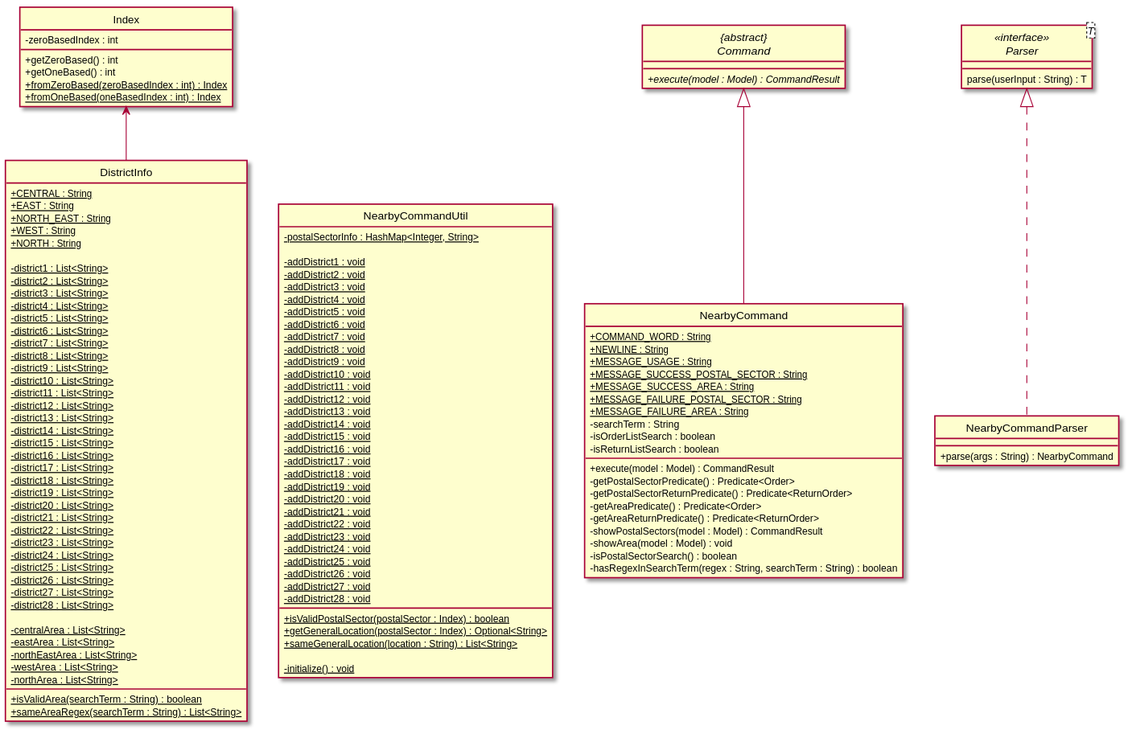
Above: docs/images/NearbyClassDiagram.svg in nus-cs2103-AY1920S2/addressbook-level3 (PlantUML), before the change. Source of this version:
```plantuml
@startuml
skinparam backgroundColor #ffffff
skinparam classAttributeIconSize 0
hide circle

class DistrictInfo {
    + {static} CENTRAL : String
    + {static} EAST : String
    + {static} NORTH_EAST : String
    + {static} WEST : String
    + {static} NORTH : String

    - {static} district1 : List<String>
    - {static} district2 : List<String>
    - {static} district3 : List<String>
    - {static} district4 : List<String>
    - {static} district5 : List<String>
    - {static} district6 : List<String>
    - {static} district7 : List<String>
    - {static} district8 : List<String>
    - {static} district9 : List<String>
    - {static} district10 : List<String>
    - {static} district11 : List<String>
    - {static} district12 : List<String>
    - {static} district13 : List<String>
    - {static} district14 : List<String>
    - {static} district15 : List<String>
    - {static} district16 : List<String>
    - {static} district17 : List<String>
    - {static} district18 : List<String>
    - {static} district19 : List<String>
    - {static} district20 : List<String>
    - {static} district21 : List<String>
    - {static} district22 : List<String>
    - {static} district23 : List<String>
    - {static} district24 : List<String>
    - {static} district25 : List<String>
    - {static} district26 : List<String>
    - {static} district27 : List<String>
    - {static} district28 : List<String>

    - {static} centralArea : List<String>
    - {static} eastArea : List<String>
    - {static} northEastArea : List<String>
    - {static} westArea : List<String>
    - {static} northArea : List<String>

    + {static} isValidArea(searchTerm : String) : boolean
    + {static} sameAreaRegex(searchTerm : String) : List<String>
}

class NearbyCommandUtil {
    - {static} postalSectorInfo : HashMap<Integer, String>
    + {static} isValidPostalSector(postalSector : Index) : boolean
    + {static} getGeneralLocation(postalSector : Index) : Optional<String>
    + {static} sameGeneralLocation(location : String) : List<String>

    - {static} initialize() : void
    - {static} addDistrict1 : void
    - {static} addDistrict2 : void
    - {static} addDistrict3 : void
    - {static} addDistrict4 : void
    - {static} addDistrict5 : void
    - {static} addDistrict6 : void
    - {static} addDistrict7 : void
    - {static} addDistrict8 : void
    - {static} addDistrict9 : void
    - {static} addDistrict10 : void
    - {static} addDistrict11 : void
    - {static} addDistrict12 : void
    - {static} addDistrict13 : void
    - {static} addDistrict14 : void
    - {static} addDistrict15 : void
    - {static} addDistrict16 : void
    - {static} addDistrict17 : void
    - {static} addDistrict18 : void
    - {static} addDistrict19 : void
    - {static} addDistrict20 : void
    - {static} addDistrict21 : void
    - {static} addDistrict22 : void
    - {static} addDistrict23 : void
    - {static} addDistrict24 : void
    - {static} addDistrict25 : void
    - {static} addDistrict26 : void
    - {static} addDistrict27 : void
    - {static} addDistrict28 : void
}

class Index {
    - zeroBasedIndex : int
    + getZeroBased() : int
    + getOneBased() : int
    + {static} fromZeroBased(zeroBasedIndex : int) : Index
    + {static} fromOneBased(oneBasedIndex : int) : Index
}

class NearbyCommand {
    + {static} COMMAND_WORD : String
    + {static} NEWLINE : String
    + {static} MESSAGE_USAGE : String
    + {static} MESSAGE_SUCCESS_POSTAL_SECTOR : String
    + {static} MESSAGE_SUCCESS_AREA : String
    + {static} MESSAGE_FAILURE_POSTAL_SECTOR : String
    + {static} MESSAGE_FAILURE_AREA : String
    - searchTerm : String
    - isOrderListSearch : boolean
    - isReturnListSearch : boolean

    + execute(model : Model) : CommandResult
    - getPostalSectorPredicate() : Predicate<Order>
    - getPostalSectorReturnPredicate() : Predicate<ReturnOrder>
    - getAreaPredicate() : Predicate<Order>
    - getAreaReturnPredicate() : Predicate<ReturnOrder>
    - showPostalSectors(model : Model) : CommandResult
    - showArea(model : Model) : void
    - isPostalSectorSearch() : boolean
    - hasRegexInSearchTerm(regex : String, searchTerm : String) : boolean
}

abstract class "{abstract}\nCommand" {
    + {abstract} execute(model : Model) : CommandResult
}

NearbyCommand --up|> "{abstract}\nCommand"

class NearbyCommandParser implements Parser {
    + parse(args : String) : NearbyCommand
}

interface Parser<T> <<interface>> {
    parse(userInput : String) : T
}

DistrictInfo -up-> Index
DistrictInfo -[hidden] NearbyCommandUtil

@enduml
```
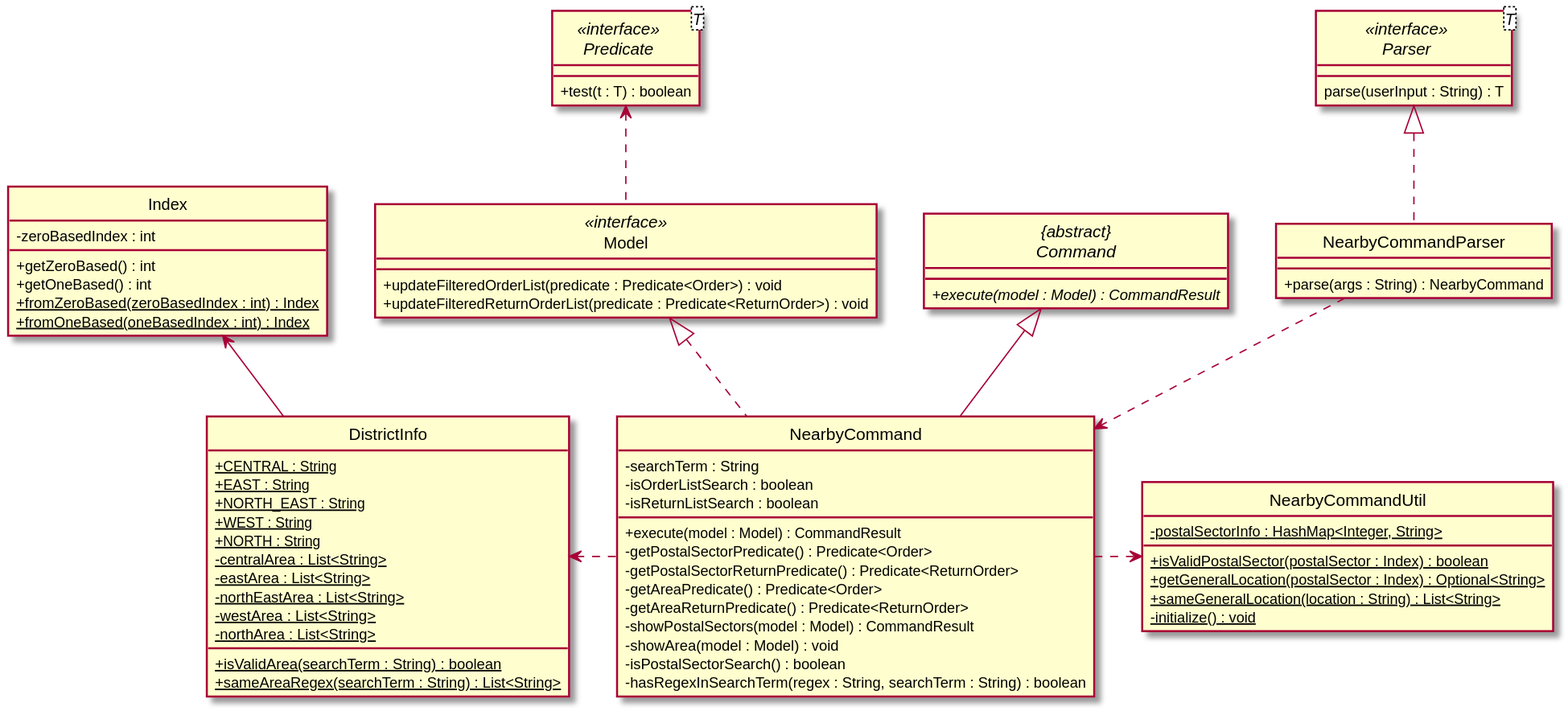
The same diagram one commit later.

Commit message:
Update Nearby Command Class and Sequence Diagrams

The edit, as a diff of the source:
```diff
@@ -9,36 +9,6 @@
     + {static} NORTH_EAST : String
     + {static} WEST : String
     + {static} NORTH : String
-
-    - {static} district1 : List<String>
-    - {static} district2 : List<String>
-    - {static} district3 : List<String>
-    - {static} district4 : List<String>
-    - {static} district5 : List<String>
-    - {static} district6 : List<String>
-    - {static} district7 : List<String>
-    - {static} district8 : List<String>
-    - {static} district9 : List<String>
-    - {static} district10 : List<String>
-    - {static} district11 : List<String>
-    - {static} district12 : List<String>
-    - {static} district13 : List<String>
-    - {static} district14 : List<String>
-    - {static} district15 : List<String>
-    - {static} district16 : List<String>
-    - {static} district17 : List<String>
-    - {static} district18 : List<String>
-    - {static} district19 : List<String>
-    - {static} district20 : List<String>
-    - {static} district21 : List<String>
-    - {static} district22 : List<String>
-    - {static} district23 : List<String>
-    - {static} district24 : List<String>
-    - {static} district25 : List<String>
-    - {static} district26 : List<String>
-    - {static} district27 : List<String>
-    - {static} district28 : List<String>
-
     - {static} centralArea : List<String>
     - {static} eastArea : List<String>
     - {static} northEastArea : List<String>
@@ -49,41 +19,18 @@
     + {static} sameAreaRegex(searchTerm : String) : List<String>
 }
 
+class Model<<interface>> {
+    + updateFilteredOrderList(predicate : Predicate<Order>) : void
+    + updateFilteredReturnOrderList(predicate : Predicate<ReturnOrder>) : void
+}
+Model ..up> Predicate
+
 class NearbyCommandUtil {
     - {static} postalSectorInfo : HashMap<Integer, String>
     + {static} isValidPostalSector(postalSector : Index) : boolean
     + {static} getGeneralLocation(postalSector : Index) : Optional<String>
     + {static} sameGeneralLocation(location : String) : List<String>
-
     - {static} initialize() : void
-    - {static} addDistrict1 : void
-    - {static} addDistrict2 : void
-    - {static} addDistrict3 : void
-    - {static} addDistrict4 : void
-    - {static} addDistrict5 : void
-    - {static} addDistrict6 : void
-    - {static} addDistrict7 : void
-    - {static} addDistrict8 : void
-    - {static} addDistrict9 : void
-    - {static} addDistrict10 : void
-    - {static} addDistrict11 : void
-    - {static} addDistrict12 : void
-    - {static} addDistrict13 : void
-    - {static} addDistrict14 : void
-    - {static} addDistrict15 : void
-    - {static} addDistrict16 : void
-    - {static} addDistrict17 : void
-    - {static} addDistrict18 : void
-    - {static} addDistrict19 : void
-    - {static} addDistrict20 : void
-    - {static} addDistrict21 : void
-    - {static} addDistrict22 : void
-    - {static} addDistrict23 : void
-    - {static} addDistrict24 : void
-    - {static} addDistrict25 : void
-    - {static} addDistrict26 : void
-    - {static} addDistrict27 : void
-    - {static} addDistrict28 : void
 }
 
 class Index {
@@ -95,17 +42,9 @@
 }
 
 class NearbyCommand {
-    + {static} COMMAND_WORD : String
-    + {static} NEWLINE : String
-    + {static} MESSAGE_USAGE : String
-    + {static} MESSAGE_SUCCESS_POSTAL_SECTOR : String
-    + {static} MESSAGE_SUCCESS_AREA : String
-    + {static} MESSAGE_FAILURE_POSTAL_SECTOR : String
-    + {static} MESSAGE_FAILURE_AREA : String
     - searchTerm : String
     - isOrderListSearch : boolean
     - isReturnListSearch : boolean
-
     + execute(model : Model) : CommandResult
     - getPostalSectorPredicate() : Predicate<Order>
     - getPostalSectorReturnPredicate() : Predicate<ReturnOrder>
@@ -121,11 +60,20 @@
     + {abstract} execute(model : Model) : CommandResult
 }
 
+interface Predicate<T> <<interface>> {
+    + test(t : T) : boolean
+}
+
 NearbyCommand --up|> "{abstract}\nCommand"
+NearbyCommand ..right> NearbyCommandUtil
+NearbyCommand ..up|> Model
+NearbyCommand ..left> DistrictInfo
 
 class NearbyCommandParser implements Parser {
     + parse(args : String) : NearbyCommand
 }
+
+NearbyCommandParser ..> NearbyCommand
 
 interface Parser<T> <<interface>> {
     parse(userInput : String) : T
```
